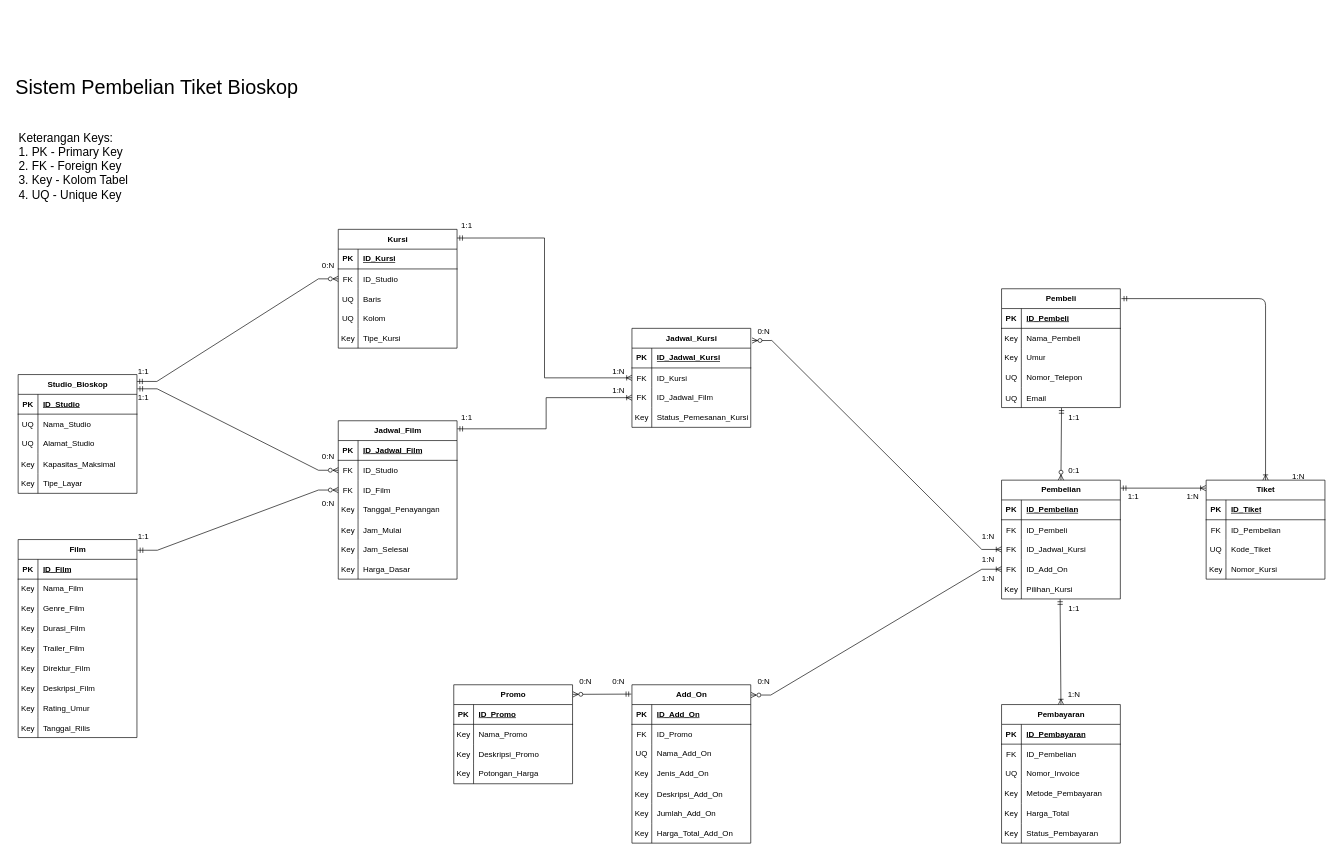
Above: page "Diagram-Utama" (1 of 3) of sistem-pembelian-tiket-retake.drawio in King-Ag-Jv/Project-Atrem (draw.io), before the change. Source tidied: cells renumbered, new cells numbered last; positions are measured from the earlier drawing's top-left corner, leaving out a move shared by most shapes. Both pictures are drawn from the tidied source at 66%, with x=0, y=0 at pixel (11, 11).
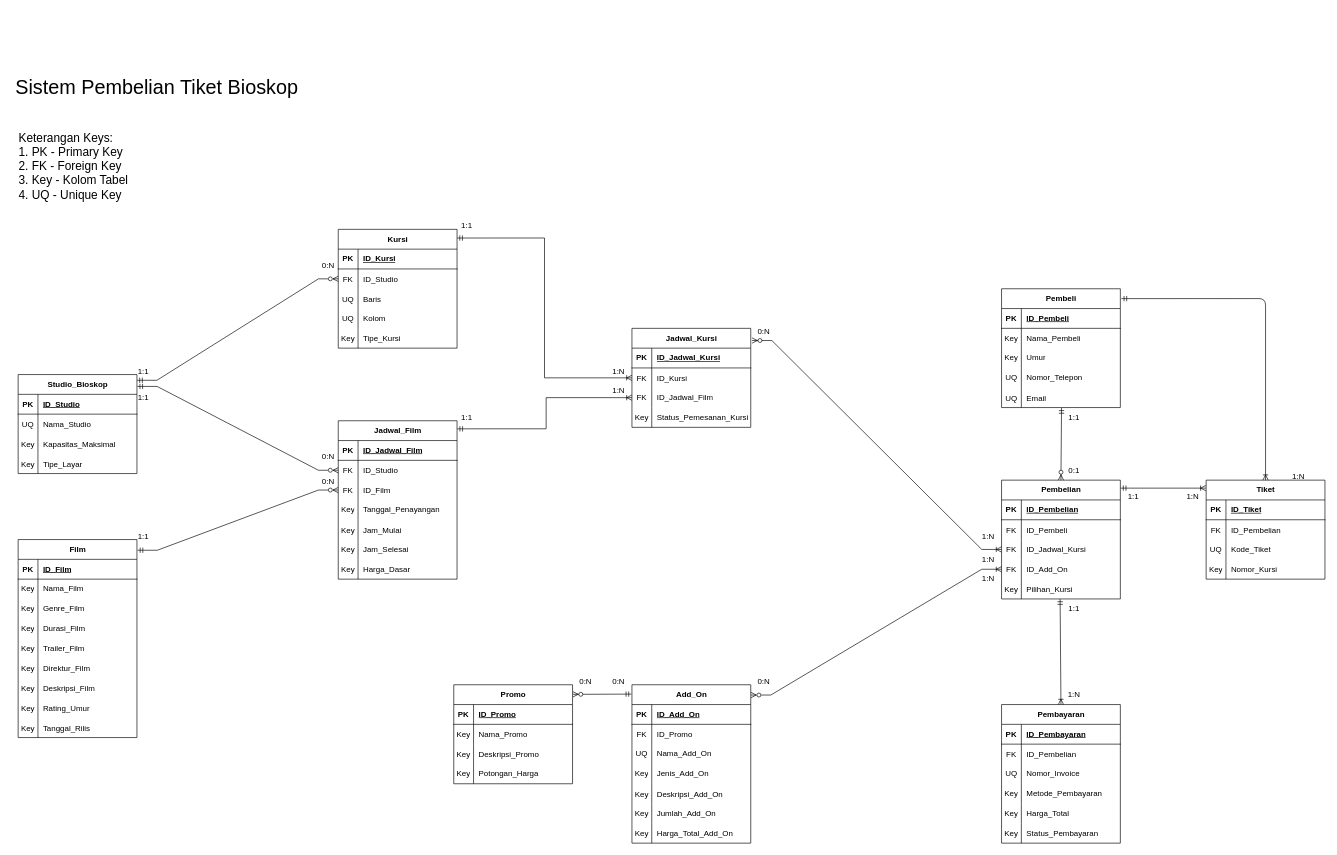
The same diagram, later.

Change to the diagram source:
```diff
@@
     <mxCell id="149" value="Studio_Bioskop" style="shape=table;startSize=30;childLayout=tableLayout;rowLines=0;fontStyle=1;align=center;html=1;" parent="1" vertex="1">
-      <mxGeometry x="10" y="550" width="180" height="180" as="geometry" />
+      <mxGeometry x="10" y="550" width="180" height="150" as="geometry" />
     </mxCell>
@@
-    <mxCell id="156" style="shape=tableRow;horizontal=0;startSize=0;swimlaneHead=0;swimlaneBody=0;fillColor=none;top=0;left=0;right=0;bottom=0;" parent="149" vertex="1">
-      <mxGeometry y="90" width="180" height="30" as="geometry" />
-    </mxCell>
-    <mxCell id="157" value="UQ" style="shape=partialRectangle;fillColor=none;top=0;left=0;bottom=0;right=0;overflow=hidden;whiteSpace=wrap;html=1;" parent="156" vertex="1">
-      <mxGeometry width="30" height="30" as="geometry" />
-    </mxCell>
-    <mxCell id="158" value="Alamat_Studio" style="shape=partialRectangle;fillColor=none;top=0;left=0;bottom=0;right=0;align=left;spacingLeft=6;overflow=hidden;whiteSpace=wrap;html=1;" parent="156" vertex="1">
-      <mxGeometry x="30" width="150" height="30" as="geometry" />
-    </mxCell>
     <mxCell id="159" style="shape=tableRow;horizontal=0;startSize=0;swimlaneHead=0;swimlaneBody=0;fillColor=none;top=0;left=0;right=0;bottom=0;" parent="149" vertex="1">
-      <mxGeometry y="120" width="180" height="30" as="geometry" />
+      <mxGeometry y="90" width="180" height="30" as="geometry" />
     </mxCell>
@@
     <mxCell id="162" style="shape=tableRow;horizontal=0;startSize=0;swimlaneHead=0;swimlaneBody=0;fillColor=none;top=0;left=0;right=0;bottom=0;" parent="149" vertex="1">
-      <mxGeometry y="150" width="180" height="30" as="geometry" />
+      <mxGeometry y="120" width="180" height="30" as="geometry" />
     </mxCell>
@@
     <mxCell id="221" value="0:N" style="text;html=1;whiteSpace=wrap;strokeColor=none;fillColor=none;align=center;verticalAlign=middle;rounded=0;" parent="1" vertex="1">
-      <mxGeometry x="450" y="730" width="60" height="30" as="geometry" />
+      <mxGeometry x="450" y="698" width="60" height="30" as="geometry" />
     </mxCell>
```
